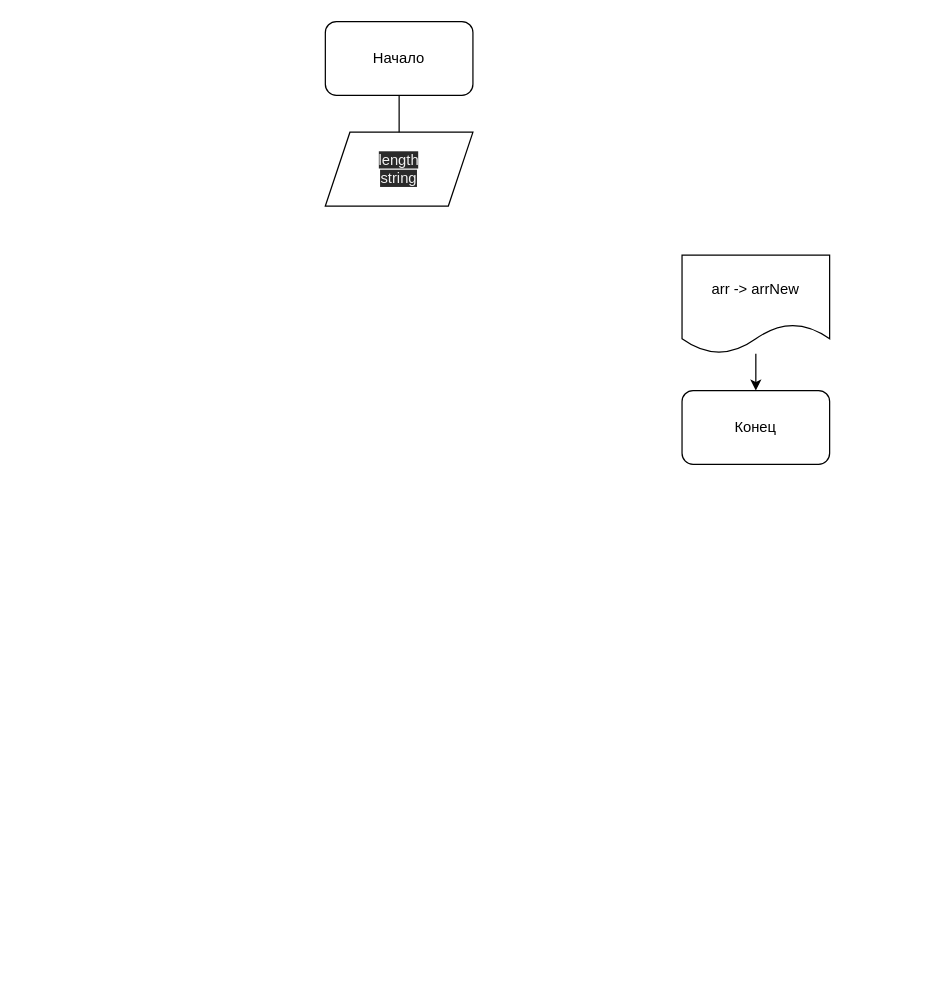
This is Block_Diagram.drawio from sergetyum/Final-Check-Work, a draw.io file, before an edit. Source tidied: cells renumbered, new cells numbered last; positions are measured from the earlier drawing's top-left corner, leaving out a move shared by most shapes. Both pictures are drawn from the tidied source at 123%, with x=0, y=0 at pixel (325, 21).
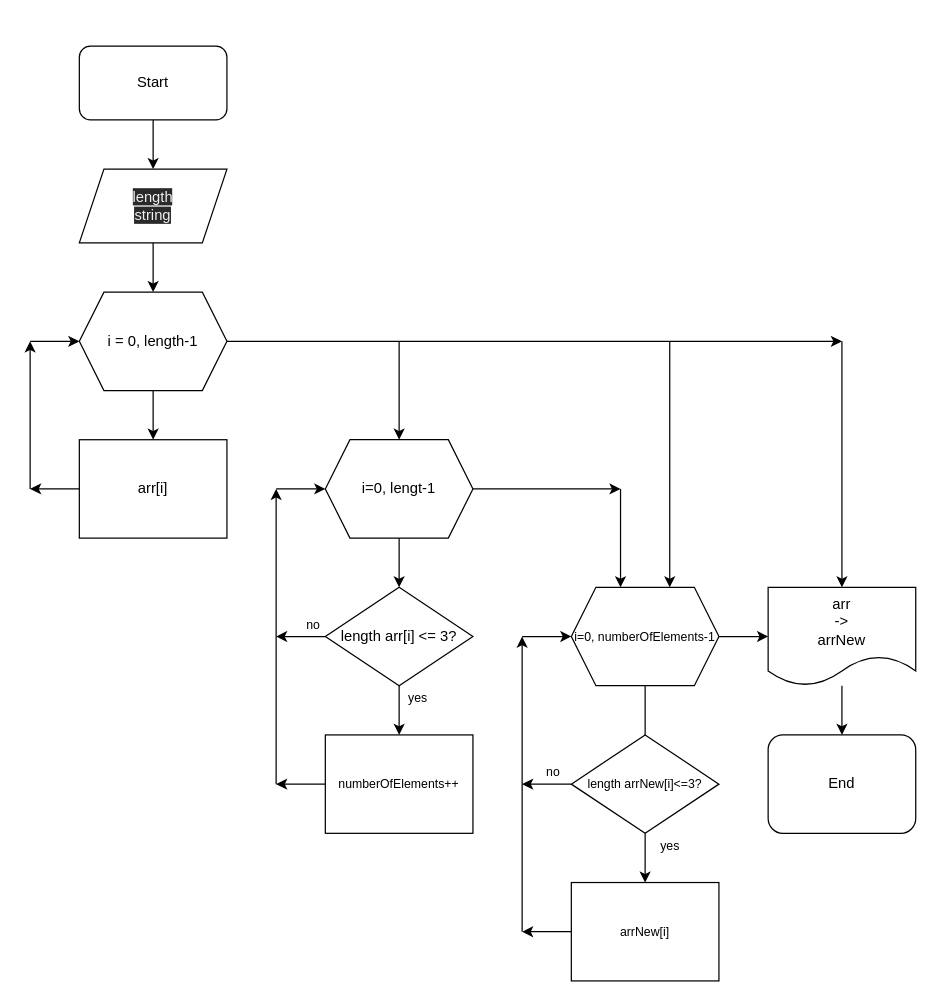
Above is the later version.

Commit message:
:составили диаграмму вариант 1

What changed in the source:
```diff
@@
     <mxCell id="2" style="edgeStyle=none;html=1;" parent="1" edge="1" source="3">
       <mxGeometry relative="1" as="geometry">
-        <mxPoint x="60" y="100" as="targetPoint" />
+        <mxPoint x="-140" y="120" as="targetPoint" />
       </mxGeometry>
     </mxCell>
-    <mxCell id="3" value="Начало" style="rounded=1;whiteSpace=wrap;html=1;" parent="1" vertex="1">
-      <mxGeometry width="120" height="60" as="geometry" />
+    <mxCell id="3" value="Start" style="rounded=1;whiteSpace=wrap;html=1;" parent="1" vertex="1">
+      <mxGeometry x="-200" y="20" width="120" height="60" as="geometry" />
     </mxCell>
@@
-    <mxCell id="5" value="arr -&amp;gt; arrNew" style="shape=document;whiteSpace=wrap;html=1;boundedLbl=1;" parent="1" vertex="1">
-      <mxGeometry x="290" y="190" width="120" height="80" as="geometry" />
+    <mxCell id="5" value="arr&lt;br&gt;-&amp;gt;&lt;br&gt;arrNew" style="shape=document;whiteSpace=wrap;html=1;boundedLbl=1;" parent="1" vertex="1">
+      <mxGeometry x="360" y="460" width="120" height="80" as="geometry" />
     </mxCell>
+    <mxCell id="8" style="edgeStyle=none;html=1;" parent="1" edge="1" source="6" target="10">
+      <mxGeometry relative="1" as="geometry" />
+    </mxCell>
     <mxCell id="6" value="&lt;span style=&quot;color: rgb(240 , 240 , 240) ; font-family: &amp;#34;helvetica&amp;#34; ; font-size: 12px ; font-style: normal ; font-weight: 400 ; letter-spacing: normal ; text-align: center ; text-indent: 0px ; text-transform: none ; word-spacing: 0px ; background-color: rgb(42 , 42 , 42) ; display: inline ; float: none&quot;&gt;length&lt;/span&gt;&lt;br style=&quot;color: rgb(240 , 240 , 240) ; font-family: &amp;#34;helvetica&amp;#34; ; font-size: 12px ; font-style: normal ; font-weight: 400 ; letter-spacing: normal ; text-align: center ; text-indent: 0px ; text-transform: none ; word-spacing: 0px ; background-color: rgb(42 , 42 , 42)&quot;&gt;&lt;span style=&quot;color: rgb(240 , 240 , 240) ; font-family: &amp;#34;helvetica&amp;#34; ; font-size: 12px ; font-style: normal ; font-weight: 400 ; letter-spacing: normal ; text-align: center ; text-indent: 0px ; text-transform: none ; word-spacing: 0px ; background-color: rgb(42 , 42 , 42) ; display: inline ; float: none&quot;&gt;string&lt;/span&gt;" style="shape=parallelogram;perimeter=parallelogramPerimeter;whiteSpace=wrap;html=1;fixedSize=1;" parent="1" vertex="1">
-      <mxGeometry y="90" width="120" height="60" as="geometry" />
+      <mxGeometry x="-200" y="120" width="120" height="60" as="geometry" />
     </mxCell>
-    <mxCell id="7" value="Конец" style="rounded=1;whiteSpace=wrap;html=1;" parent="1" vertex="1">
-      <mxGeometry x="290" y="300" width="120" height="60" as="geometry" />
+    <mxCell id="7" value="End" style="rounded=1;whiteSpace=wrap;html=1;" parent="1" vertex="1">
+      <mxGeometry x="360" y="580" width="120" height="80" as="geometry" />
     </mxCell>
+    <mxCell id="9" style="edgeStyle=none;html=1;" parent="1" edge="1" source="10" target="11">
+      <mxGeometry relative="1" as="geometry" />
+    </mxCell>
+    <mxCell id="10" value="i = 0, length-1" style="shape=hexagon;perimeter=hexagonPerimeter2;whiteSpace=wrap;html=1;fixedSize=1;" parent="1" vertex="1">
+      <mxGeometry x="-200" y="220" width="120" height="80" as="geometry" />
+    </mxCell>
+    <mxCell id="11" value="arr[i]" style="rounded=0;whiteSpace=wrap;html=1;" parent="1" vertex="1">
+      <mxGeometry x="-200" y="340" width="120" height="80" as="geometry" />
+    </mxCell>
+    <mxCell id="12" style="endArrow=classic;html=1;exitX=0;exitY=0.5;exitDx=0;exitDy=0;" parent="1" edge="1" source="11">
+      <mxGeometry relative="1" as="geometry">
+        <mxPoint x="-240" y="380" as="targetPoint" />
+      </mxGeometry>
+    </mxCell>
+    <mxCell id="13" style="endArrow=classic;html=1;" parent="1" edge="1">
+      <mxGeometry relative="1" as="geometry">
+        <mxPoint x="-240" y="380" as="sourcePoint" />
+        <mxPoint x="-240" y="260" as="targetPoint" />
+      </mxGeometry>
+    </mxCell>
+    <mxCell id="14" style="endArrow=classic;html=1;entryX=0;entryY=0.5;entryDx=0;entryDy=0;" parent="1" edge="1" target="10">
+      <mxGeometry relative="1" as="geometry">
+        <mxPoint x="-240" y="260" as="sourcePoint" />
+      </mxGeometry>
+    </mxCell>
+    <mxCell id="15" style="edgeStyle=none;html=1;fontSize=10;" parent="1" edge="1" source="16" target="19">
+      <mxGeometry relative="1" as="geometry" />
+    </mxCell>
+    <mxCell id="16" value="length arr[i] &amp;lt;= 3?" style="rhombus;whiteSpace=wrap;html=1;" parent="1" vertex="1">
+      <mxGeometry y="460" width="120" height="80" as="geometry" />
+    </mxCell>
+    <mxCell id="17" style="edgeStyle=none;html=1;fontSize=10;exitX=1;exitY=0.5;exitDx=0;exitDy=0;" parent="1" edge="1" source="18">
+      <mxGeometry relative="1" as="geometry">
+        <mxPoint x="240" y="380" as="targetPoint" />
+      </mxGeometry>
+    </mxCell>
+    <mxCell id="18" value="i=0, lengt-1" style="shape=hexagon;perimeter=hexagonPerimeter2;whiteSpace=wrap;html=1;fixedSize=1;" parent="1" vertex="1">
+      <mxGeometry y="340" width="120" height="80" as="geometry" />
+    </mxCell>
+    <mxCell id="19" value="numberOfElements++" style="rounded=0;whiteSpace=wrap;html=1;fontSize=10;" parent="1" vertex="1">
+      <mxGeometry y="580" width="120" height="80" as="geometry" />
+    </mxCell>
+    <mxCell id="20" style="endArrow=classic;html=1;fontSize=10;exitX=0;exitY=0.5;exitDx=0;exitDy=0;" parent="1" edge="1" source="19">
+      <mxGeometry relative="1" as="geometry">
+        <mxPoint x="-40" y="620" as="targetPoint" />
+      </mxGeometry>
+    </mxCell>
+    <mxCell id="21" style="endArrow=classic;html=1;fontSize=10;exitX=0;exitY=0.5;exitDx=0;exitDy=0;" parent="1" edge="1" source="16">
+      <mxGeometry relative="1" as="geometry">
+        <mxPoint x="-40" y="500" as="targetPoint" />
+      </mxGeometry>
+    </mxCell>
+    <mxCell id="22" style="endArrow=classic;html=1;fontSize=10;" parent="1" edge="1">
+      <mxGeometry relative="1" as="geometry">
+        <mxPoint x="-40" y="620" as="sourcePoint" />
+        <mxPoint x="-40" y="380" as="targetPoint" />
+      </mxGeometry>
+    </mxCell>
+    <mxCell id="23" style="endArrow=classic;html=1;fontSize=10;" parent="1" edge="1">
+      <mxGeometry relative="1" as="geometry">
+        <mxPoint x="-40" y="380" as="sourcePoint" />
+        <mxPoint y="380" as="targetPoint" />
+      </mxGeometry>
+    </mxCell>
+    <mxCell id="24" style="endArrow=classic;html=1;fontSize=10;exitX=1;exitY=0.5;exitDx=0;exitDy=0;" parent="1" edge="1" source="10">
+      <mxGeometry relative="1" as="geometry">
+        <mxPoint x="420" y="260" as="targetPoint" />
+      </mxGeometry>
+    </mxCell>
+    <mxCell id="25" style="endArrow=classic;html=1;fontSize=10;entryX=0.5;entryY=0;entryDx=0;entryDy=0;" parent="1" edge="1" target="18">
+      <mxGeometry relative="1" as="geometry">
+        <mxPoint x="60" y="260" as="sourcePoint" />
+      </mxGeometry>
+    </mxCell>
+    <mxCell id="26" style="endArrow=classic;html=1;fontSize=10;exitX=0.5;exitY=1;exitDx=0;exitDy=0;entryX=0.5;entryY=0;entryDx=0;entryDy=0;" parent="1" edge="1" source="18" target="16">
+      <mxGeometry relative="1" as="geometry" />
+    </mxCell>
+    <mxCell id="27" style="edgeStyle=none;html=1;fontSize=10;startArrow=none;" parent="1" edge="1" source="36" target="32">
+      <mxGeometry relative="1" as="geometry" />
+    </mxCell>
+    <mxCell id="28" value="i=0, numberOfElements-1" style="shape=hexagon;perimeter=hexagonPerimeter2;whiteSpace=wrap;html=1;fixedSize=1;fontSize=10;" parent="1" vertex="1">
+      <mxGeometry x="200" y="460" width="120" height="80" as="geometry" />
+    </mxCell>
+    <mxCell id="29" style="endArrow=classic;html=1;fontSize=10;" parent="1" edge="1">
+      <mxGeometry relative="1" as="geometry">
+        <mxPoint x="240" y="380" as="sourcePoint" />
+        <mxPoint x="240" y="460" as="targetPoint" />
+      </mxGeometry>
+    </mxCell>
+    <mxCell id="30" style="endArrow=classic;html=1;fontSize=10;entryX=0.5;entryY=0;entryDx=0;entryDy=0;" parent="1" edge="1" target="5">
+      <mxGeometry relative="1" as="geometry">
+        <mxPoint x="420" y="260" as="sourcePoint" />
+      </mxGeometry>
+    </mxCell>
+    <mxCell id="31" style="endArrow=classic;html=1;fontSize=10;exitX=1;exitY=0.5;exitDx=0;exitDy=0;entryX=0;entryY=0.5;entryDx=0;entryDy=0;" parent="1" edge="1" source="28" target="5">
+      <mxGeometry relative="1" as="geometry" />
+    </mxCell>
+    <mxCell id="32" value="arrNew[i]" style="rounded=0;whiteSpace=wrap;html=1;fontSize=10;" parent="1" vertex="1">
+      <mxGeometry x="200" y="700" width="120" height="80" as="geometry" />
+    </mxCell>
+    <mxCell id="33" style="endArrow=classic;html=1;fontSize=10;exitX=0;exitY=0.5;exitDx=0;exitDy=0;" parent="1" edge="1" source="32">
+      <mxGeometry relative="1" as="geometry">
+        <mxPoint x="160" y="740" as="targetPoint" />
+      </mxGeometry>
+    </mxCell>
+    <mxCell id="34" style="endArrow=classic;html=1;fontSize=10;" parent="1" edge="1">
+      <mxGeometry relative="1" as="geometry">
+        <mxPoint x="160" y="740" as="sourcePoint" />
+        <mxPoint x="160" y="500" as="targetPoint" />
+      </mxGeometry>
+    </mxCell>
+    <mxCell id="35" style="endArrow=classic;html=1;fontSize=10;entryX=0;entryY=0.5;entryDx=0;entryDy=0;" parent="1" edge="1" target="28">
+      <mxGeometry relative="1" as="geometry">
+        <mxPoint x="160" y="500" as="sourcePoint" />
+      </mxGeometry>
+    </mxCell>
+    <mxCell id="36" value="length arrNew[i]&amp;lt;=3?" style="rhombus;whiteSpace=wrap;html=1;fontSize=10;" parent="1" vertex="1">
+      <mxGeometry x="200" y="580" width="120" height="80" as="geometry" />
+    </mxCell>
+    <mxCell id="37" style="edgeStyle=none;html=1;fontSize=10;endArrow=none;" parent="1" edge="1" source="28" target="36">
+      <mxGeometry relative="1" as="geometry" />
+    </mxCell>
+    <mxCell id="38" style="endArrow=classic;html=1;fontSize=10;exitX=0;exitY=0.5;exitDx=0;exitDy=0;" parent="1" edge="1" source="36">
+      <mxGeometry relative="1" as="geometry">
+        <mxPoint x="160" y="620" as="targetPoint" />
+      </mxGeometry>
+    </mxCell>
+    <mxCell id="39" value="yes" style="text;html=1;align=center;verticalAlign=middle;strokeColor=none;fillColor=none;fontSize=10;" parent="1" vertex="1">
+      <mxGeometry x="265" y="660" width="30" height="20" as="geometry" />
+    </mxCell>
+    <mxCell id="40" value="no" style="text;html=1;align=center;verticalAlign=middle;strokeColor=none;fillColor=none;fontSize=10;" parent="1" vertex="1">
+      <mxGeometry x="170" y="600" width="30" height="20" as="geometry" />
+    </mxCell>
+    <mxCell id="41" value="yes" style="text;html=1;align=center;verticalAlign=middle;strokeColor=none;fillColor=none;fontSize=10;" parent="1" vertex="1">
+      <mxGeometry x="60" y="540" width="30" height="20" as="geometry" />
+    </mxCell>
+    <mxCell id="42" value="no" style="text;html=1;align=center;verticalAlign=middle;strokeColor=none;fillColor=none;fontSize=10;" parent="1" vertex="1">
+      <mxGeometry x="-25" y="480" width="30" height="20" as="geometry" />
+    </mxCell>
+    <mxCell id="43" style="endArrow=classic;html=1;fontSize=10;" parent="1" edge="1">
+      <mxGeometry relative="1" as="geometry">
+        <mxPoint x="280" y="260" as="sourcePoint" />
+        <mxPoint x="280" y="460" as="targetPoint" />
+      </mxGeometry>
+    </mxCell>
```
